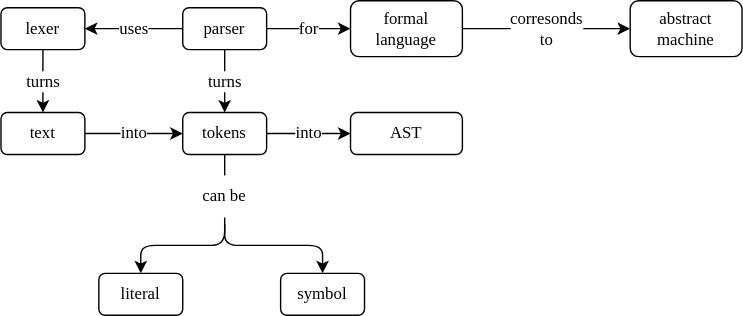
The draw.io diagram docs/parse/concept_map.svg in gvwilson/sdxpy, before a commit. Source tidied: cells renumbered, new cells last; positions are measured from the earlier drawing's top-left corner, leaving out a move shared by most shapes. Source of this version:
```xml
<mxGraphModel>
  <root>
    <mxCell id="0" />
    <mxCell id="1" parent="0" />
    <mxCell id="2" value="lexer" style="rounded=1;whiteSpace=wrap;html=1;fillColor=none;sketch=0;fontFamily=Verdana;fontSize=12;" parent="1" vertex="1">
      <mxGeometry y="5" width="60" height="30" as="geometry" />
    </mxCell>
    <mxCell id="3" value="text" style="rounded=1;whiteSpace=wrap;html=1;fillColor=none;sketch=0;fontFamily=Verdana;fontSize=12;" parent="1" vertex="1">
      <mxGeometry y="80" width="60" height="30" as="geometry" />
    </mxCell>
    <mxCell id="4" value="tokens" style="rounded=1;whiteSpace=wrap;html=1;fillColor=none;sketch=0;fontFamily=Verdana;fontSize=12;" parent="1" vertex="1">
      <mxGeometry x="130" y="80" width="60" height="30" as="geometry" />
    </mxCell>
    <mxCell id="5" value="literal" style="rounded=1;whiteSpace=wrap;html=1;fillColor=none;sketch=0;fontFamily=Verdana;fontSize=12;" parent="1" vertex="1">
      <mxGeometry x="70" y="195" width="60" height="30" as="geometry" />
    </mxCell>
    <mxCell id="6" value="symbol" style="rounded=1;whiteSpace=wrap;html=1;fillColor=none;sketch=0;fontFamily=Verdana;fontSize=12;" parent="1" vertex="1">
      <mxGeometry x="200" y="195" width="60" height="30" as="geometry" />
    </mxCell>
    <mxCell id="7" value="parser" style="rounded=1;whiteSpace=wrap;html=1;fillColor=none;sketch=0;fontFamily=Verdana;fontSize=12;" parent="1" vertex="1">
      <mxGeometry x="130" y="5" width="60" height="30" as="geometry" />
    </mxCell>
    <mxCell id="8" value="formal language" style="rounded=1;whiteSpace=wrap;html=1;fillColor=none;sketch=0;fontFamily=Verdana;fontSize=12;" parent="1" vertex="1">
      <mxGeometry x="250" width="80" height="40" as="geometry" />
    </mxCell>
    <mxCell id="9" value="abstract machine" style="rounded=1;whiteSpace=wrap;html=1;fillColor=none;sketch=0;fontFamily=Verdana;fontSize=12;" parent="1" vertex="1">
      <mxGeometry x="450" width="80" height="40" as="geometry" />
    </mxCell>
    <mxCell id="10" style="endArrow=classic;html=1;rounded=1;sketch=0;fontFamily=Verdana;fontSize=12;entryX=0.5;entryY=1;entryDx=0;entryDy=0;exitX=0.5;exitY=0;exitDx=0;exitDy=0;" parent="1" edge="1" source="x">
      <mxGeometry relative="1" as="geometry">
        <mxPoint x="280" y="45" as="targetPoint" />
        <Array as="points">
          <mxPoint x="350" y="65" />
          <mxPoint x="280" y="65" />
        </Array>
      </mxGeometry>
    </mxCell>
    <mxCell id="11" style="endArrow=classic;html=1;rounded=1;sketch=0;fontFamily=Verdana;fontSize=12;entryX=0.5;entryY=1;entryDx=0;entryDy=0;exitX=0.5;exitY=0;exitDx=0;exitDy=0;" parent="1" edge="1" source="x">
      <mxGeometry relative="1" as="geometry">
        <mxPoint x="420" y="45" as="targetPoint" />
        <Array as="points">
          <mxPoint x="350" y="65" />
          <mxPoint x="420" y="65" />
        </Array>
      </mxGeometry>
    </mxCell>
    <mxCell id="12" value="uses" style="endArrow=classic;html=1;rounded=1;sketch=0;fontFamily=Verdana;fontSize=12;entryX=1;entryY=0.5;entryDx=0;entryDy=0;exitX=0;exitY=0.5;exitDx=0;exitDy=0;" parent="1" edge="1" source="7" target="2">
      <mxGeometry relative="1" as="geometry" />
    </mxCell>
    <mxCell id="13" value="turns" style="endArrow=classic;html=1;rounded=1;sketch=0;fontFamily=Verdana;fontSize=12;entryX=0.5;entryY=0;entryDx=0;entryDy=0;exitX=0.5;exitY=1;exitDx=0;exitDy=0;" parent="1" edge="1" source="7" target="4">
      <mxGeometry relative="1" as="geometry" />
    </mxCell>
    <mxCell id="14" value="can be" style="text;html=1;strokeColor=none;fillColor=none;align=center;verticalAlign=middle;whiteSpace=wrap;rounded=0;sketch=0;fontFamily=Verdana;fontSize=12;" parent="1" vertex="1">
      <mxGeometry x="130" y="125" width="60" height="30" as="geometry" />
    </mxCell>
    <mxCell id="15" style="endArrow=none;html=1;rounded=1;sketch=0;fontFamily=Verdana;fontSize=12;entryX=0.5;entryY=1;entryDx=0;entryDy=0;exitX=0.5;exitY=0;exitDx=0;exitDy=0;" parent="1" edge="1" source="14" target="4">
      <mxGeometry relative="1" as="geometry" />
    </mxCell>
    <mxCell id="16" style="endArrow=classic;html=1;rounded=1;sketch=0;fontFamily=Verdana;fontSize=12;entryX=0.5;entryY=0;entryDx=0;entryDy=0;exitX=0.5;exitY=1;exitDx=0;exitDy=0;" parent="1" edge="1" source="14" target="5">
      <mxGeometry relative="1" as="geometry">
        <Array as="points">
          <mxPoint x="160" y="175" />
          <mxPoint x="100" y="175" />
        </Array>
      </mxGeometry>
    </mxCell>
    <mxCell id="17" style="endArrow=classic;html=1;rounded=1;sketch=0;fontFamily=Verdana;fontSize=12;entryX=0.5;entryY=0;entryDx=0;entryDy=0;" parent="1" edge="1" target="6">
      <mxGeometry relative="1" as="geometry">
        <mxPoint x="160" y="160" as="sourcePoint" />
        <Array as="points">
          <mxPoint x="160" y="175" />
          <mxPoint x="230" y="175" />
        </Array>
      </mxGeometry>
    </mxCell>
    <mxCell id="18" value="into" style="endArrow=classic;html=1;rounded=1;sketch=0;fontFamily=Verdana;fontSize=12;entryX=0;entryY=0.5;entryDx=0;entryDy=0;exitX=1;exitY=0.5;exitDx=0;exitDy=0;" parent="1" edge="1" source="3" target="4">
      <mxGeometry relative="1" as="geometry" />
    </mxCell>
    <mxCell id="19" value="turns" style="endArrow=classic;html=1;rounded=1;sketch=0;fontFamily=Verdana;fontSize=12;entryX=0.5;entryY=0;entryDx=0;entryDy=0;exitX=0.5;exitY=1;exitDx=0;exitDy=0;" parent="1" edge="1" source="2" target="3">
      <mxGeometry relative="1" as="geometry" />
    </mxCell>
    <mxCell id="20" value="for" style="endArrow=classic;html=1;rounded=1;sketch=0;fontFamily=Verdana;fontSize=12;entryX=0;entryY=0.5;entryDx=0;entryDy=0;exitX=1;exitY=0.5;exitDx=0;exitDy=0;" parent="1" edge="1" source="7" target="8">
      <mxGeometry relative="1" as="geometry" />
    </mxCell>
    <mxCell id="21" value="corresonds&lt;br style=&quot;font-size: 12px;&quot;&gt;to" style="endArrow=classic;html=1;rounded=1;sketch=0;fontFamily=Verdana;fontSize=12;entryX=0;entryY=0.5;entryDx=0;entryDy=0;exitX=1;exitY=0.5;exitDx=0;exitDy=0;" parent="1" edge="1" source="8" target="9">
      <mxGeometry relative="1" as="geometry" />
    </mxCell>
    <mxCell id="22" value="AST" style="rounded=1;whiteSpace=wrap;html=1;fillColor=none;sketch=0;fontFamily=Verdana;fontSize=12;" parent="1" vertex="1">
      <mxGeometry x="250" y="80" width="80" height="30" as="geometry" />
    </mxCell>
    <mxCell id="23" value="into" style="endArrow=classic;html=1;rounded=1;sketch=0;fontFamily=Verdana;fontSize=12;entryX=0;entryY=0.5;entryDx=0;entryDy=0;exitX=1;exitY=0.5;exitDx=0;exitDy=0;" parent="1" edge="1" source="4" target="22">
      <mxGeometry relative="1" as="geometry" />
    </mxCell>
  </root>
</mxGraphModel>
```
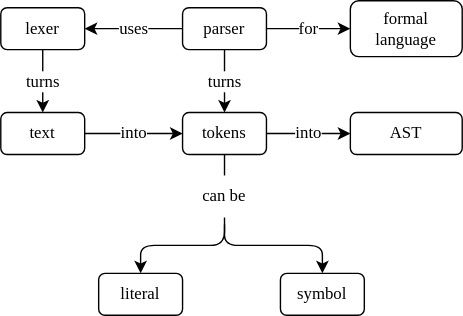
After the commit.

The edit, as a diff of the source:
```diff
@@ -23,27 +23,6 @@
     <mxCell id="8" value="formal language" style="rounded=1;whiteSpace=wrap;html=1;fillColor=none;sketch=0;fontFamily=Verdana;fontSize=12;" parent="1" vertex="1">
       <mxGeometry x="250" width="80" height="40" as="geometry" />
     </mxCell>
-    <mxCell id="9" value="abstract machine" style="rounded=1;whiteSpace=wrap;html=1;fillColor=none;sketch=0;fontFamily=Verdana;fontSize=12;" parent="1" vertex="1">
-      <mxGeometry x="450" width="80" height="40" as="geometry" />
-    </mxCell>
-    <mxCell id="10" style="endArrow=classic;html=1;rounded=1;sketch=0;fontFamily=Verdana;fontSize=12;entryX=0.5;entryY=1;entryDx=0;entryDy=0;exitX=0.5;exitY=0;exitDx=0;exitDy=0;" parent="1" edge="1" source="x">
-      <mxGeometry relative="1" as="geometry">
-        <mxPoint x="280" y="45" as="targetPoint" />
-        <Array as="points">
-          <mxPoint x="350" y="65" />
-          <mxPoint x="280" y="65" />
-        </Array>
-      </mxGeometry>
-    </mxCell>
-    <mxCell id="11" style="endArrow=classic;html=1;rounded=1;sketch=0;fontFamily=Verdana;fontSize=12;entryX=0.5;entryY=1;entryDx=0;entryDy=0;exitX=0.5;exitY=0;exitDx=0;exitDy=0;" parent="1" edge="1" source="x">
-      <mxGeometry relative="1" as="geometry">
-        <mxPoint x="420" y="45" as="targetPoint" />
-        <Array as="points">
-          <mxPoint x="350" y="65" />
-          <mxPoint x="420" y="65" />
-        </Array>
-      </mxGeometry>
-    </mxCell>
     <mxCell id="12" value="uses" style="endArrow=classic;html=1;rounded=1;sketch=0;fontFamily=Verdana;fontSize=12;entryX=1;entryY=0.5;entryDx=0;entryDy=0;exitX=0;exitY=0.5;exitDx=0;exitDy=0;" parent="1" edge="1" source="7" target="2">
       <mxGeometry relative="1" as="geometry" />
     </mxCell>
@@ -82,9 +61,6 @@
     <mxCell id="20" value="for" style="endArrow=classic;html=1;rounded=1;sketch=0;fontFamily=Verdana;fontSize=12;entryX=0;entryY=0.5;entryDx=0;entryDy=0;exitX=1;exitY=0.5;exitDx=0;exitDy=0;" parent="1" edge="1" source="7" target="8">
       <mxGeometry relative="1" as="geometry" />
     </mxCell>
-    <mxCell id="21" value="corresonds&lt;br style=&quot;font-size: 12px;&quot;&gt;to" style="endArrow=classic;html=1;rounded=1;sketch=0;fontFamily=Verdana;fontSize=12;entryX=0;entryY=0.5;entryDx=0;entryDy=0;exitX=1;exitY=0.5;exitDx=0;exitDy=0;" parent="1" edge="1" source="8" target="9">
-      <mxGeometry relative="1" as="geometry" />
-    </mxCell>
     <mxCell id="22" value="AST" style="rounded=1;whiteSpace=wrap;html=1;fillColor=none;sketch=0;fontFamily=Verdana;fontSize=12;" parent="1" vertex="1">
       <mxGeometry x="250" y="80" width="80" height="30" as="geometry" />
     </mxCell>
```
